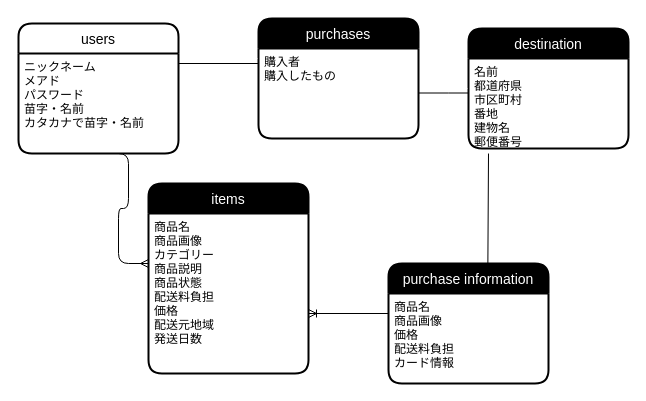
The draw.io diagram .dio in kazyu0/furima-42023, before the edit. Source tidied: cells renumbered, new cells numbered last; positions are measured from the earlier drawing's top-left corner, leaving out a move shared by most shapes. Both pictures are drawn from the tidied source at 100%, with x=0, y=0 at pixel (18, 18).
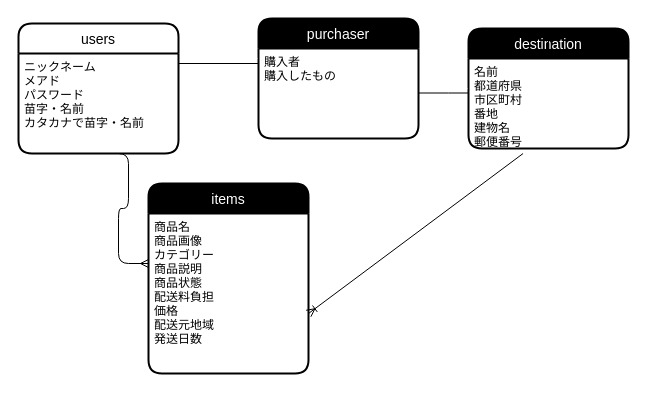
Above is the later version.

The change refers to these unchanged cells:
```xml
<mxCell id="15" value="名前&#10;都道府県&#10;市区町村&#10;番地&#10;建物名&#10;郵便番号" style="align=left;strokeColor=none;fillColor=none;spacingLeft=4;fontSize=12;verticalAlign=top;fontColor=#000000;" parent="13" vertex="1">
  <mxGeometry y="30" width="160" height="90" as="geometry" />
</mxCell>
```

Change to the diagram source:
```diff
@@
-    <mxCell id="4" value="purchases" style="swimlane;horizontal=1;startSize=30;rounded=1;fontSize=14;fontStyle=0;strokeWidth=2;shadow=0;dashed=0;align=center;fontColor=#FFFFFF;fillColor=#000000;" parent="1" vertex="1">
+    <mxCell id="4" value="purchaser" style="swimlane;horizontal=1;startSize=30;rounded=1;fontSize=14;fontStyle=0;strokeWidth=2;shadow=0;dashed=0;align=center;fontColor=#FFFFFF;fillColor=#000000;" parent="1" vertex="1">
       <mxGeometry x="240" width="160" height="120" as="geometry" />
     </mxCell>
@@
-    <mxCell id="10" value="purchase information" style="swimlane;horizontal=1;startSize=30;rounded=1;fontSize=14;fontStyle=0;strokeWidth=2;shadow=0;dashed=0;align=center;fontColor=#FFFFFF;fillColor=#000000;" parent="1" vertex="1">
-      <mxGeometry x="370" y="245" width="160" height="120" as="geometry" />
-    </mxCell>
-    <mxCell id="11" value="商品名&#10;商品画像&#10;価格&#10;配送料負担&#10;カード情報" style="align=left;strokeColor=none;fillColor=none;spacingLeft=4;fontSize=12;verticalAlign=top;fontColor=#000000;" parent="10" vertex="1">
-      <mxGeometry y="30" width="160" height="90" as="geometry" />
-    </mxCell>
@@
-    <mxCell id="16" style="endArrow=none;html=1;rounded=0;strokeColor=#000000;fontColor=#FFFFFF;exitX=0.125;exitY=1.056;exitDx=0;exitDy=0;exitPerimeter=0;entryX=0.621;entryY=0.023;entryDx=0;entryDy=0;entryPerimeter=0;" parent="1" edge="1" source="15" target="10">
-      <mxGeometry relative="1" as="geometry" />
-    </mxCell>
@@
-    <mxCell id="19" style="fontSize=12;html=1;endArrow=ERoneToMany;strokeColor=#000000;fontColor=#FFFFFF;" parent="1" edge="1">
+    <mxCell id="19" style="fontSize=12;html=1;endArrow=ERoneToMany;strokeColor=#000000;fontColor=#FFFFFF;exitX=0.341;exitY=1.056;exitDx=0;exitDy=0;exitPerimeter=0;" parent="1" edge="1" source="15">
       <mxGeometry relative="1" as="geometry">
-        <mxPoint x="370" y="295" as="sourcePoint" />
         <mxPoint x="290" y="295" as="targetPoint" />
       </mxGeometry>
     </mxCell>
```
